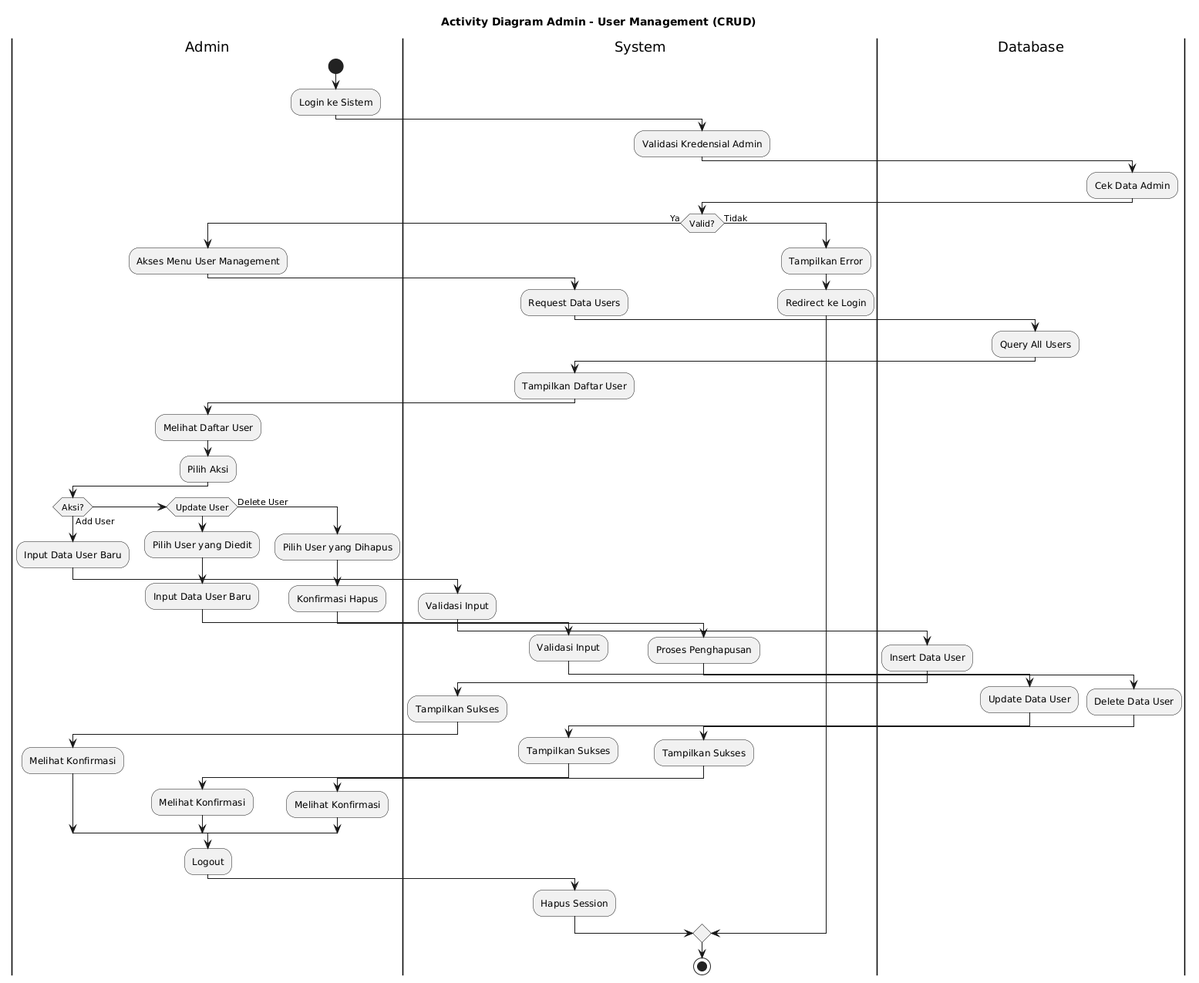
Before: diagram/ad_admin_kelola_user.png, a diagram exported from PlantUML (A-PPAW-TI503P-2025/PROJECT_KELOMPOK4_CAHAYA).
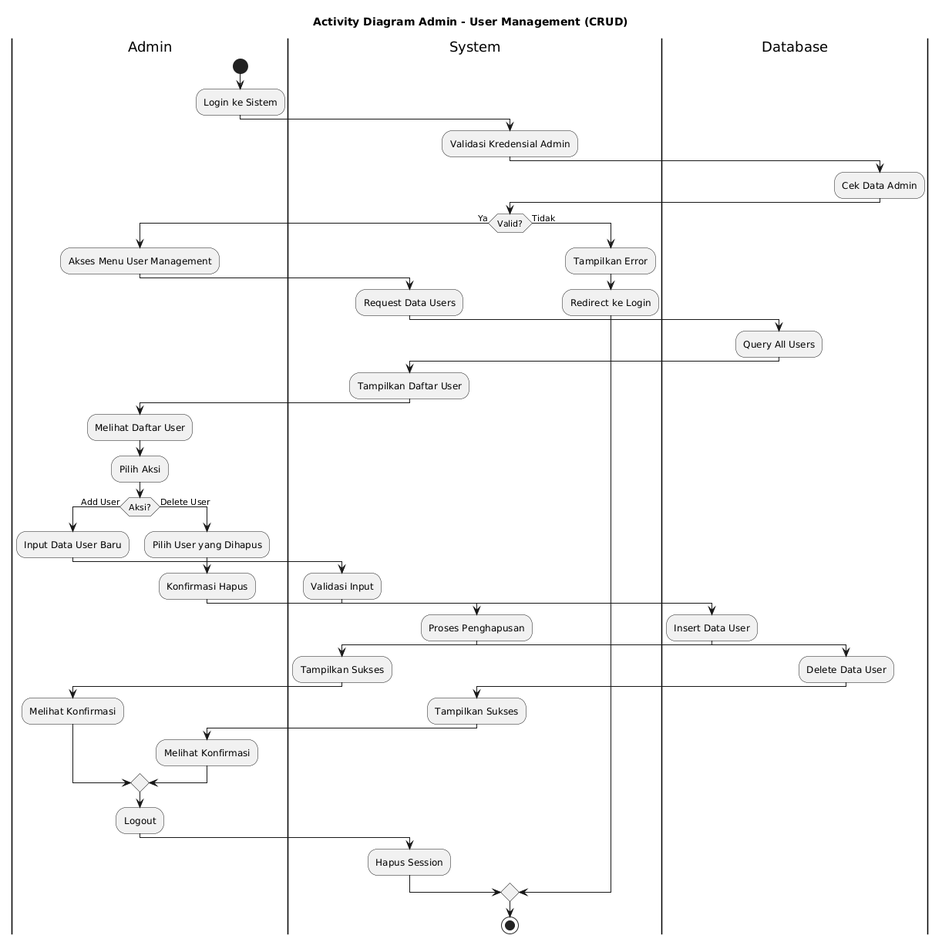
Above is the later version.

Commit message:
Menghapus use case "Update User" dari diagram aktivitas manajemen pengguna untuk admin

The edit, as a diff of the source:
```diff
@@ -46,23 +46,6 @@
         |Admin|
         :Melihat Konfirmasi;
 
-    else if (Update User) then
-        |Admin|
-        :Pilih User yang Diedit;
-        :Input Data User Baru;
-
-        |System|
-        :Validasi Input;
-
-        |Database|
-        :Update Data User;
-
-        |System|
-        :Tampilkan Sukses;
-
-        |Admin|
-        :Melihat Konfirmasi;
-
     else (Delete User)
         |Admin|
         :Pilih User yang Dihapus;
```
